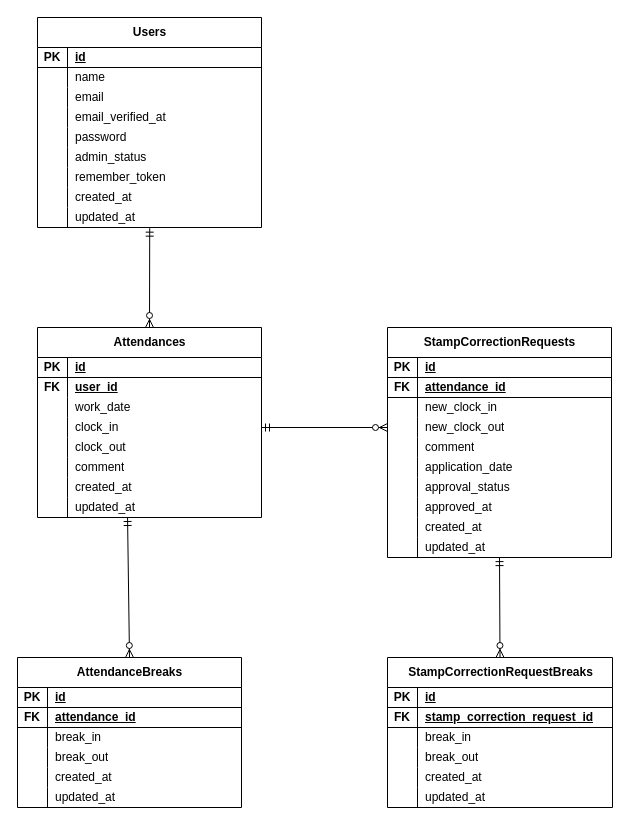
Before: er.drawio in kuboyuina0601/attendance-app, a draw.io diagram. Source tidied: cells renumbered, new cells numbered last; positions are measured from the earlier drawing's top-left corner, leaving out a move shared by most shapes. Both pictures are drawn from the tidied source at 100%, with x=0, y=0 at pixel (17, 17).
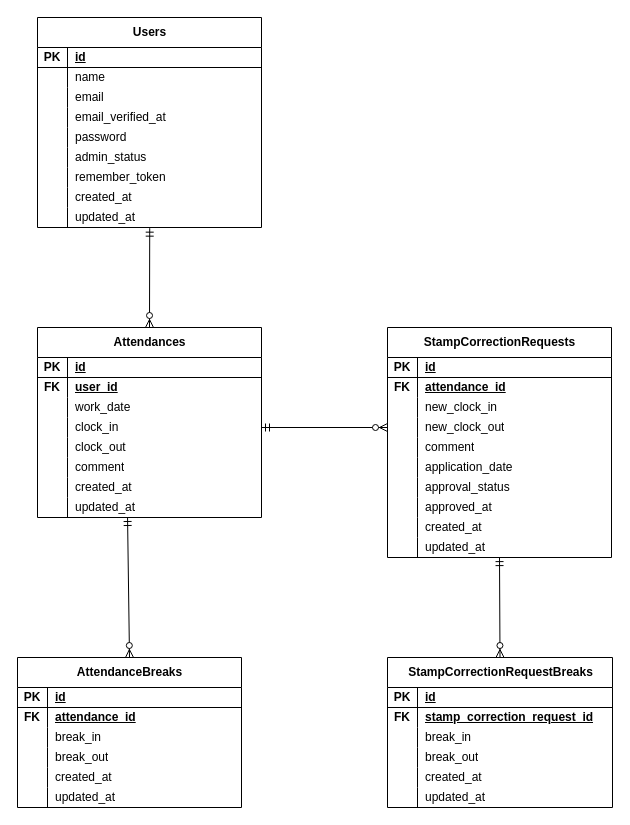
The same diagram, later.

The change refers to these unchanged cells:
```xml
<mxCell id="55" value="AttendanceBreaks" style="shape=table;startSize=30;childLayout=tableLayout;rowLines=0;fontStyle=1;align=center;html=1;strokeColor=default;verticalAlign=middle;fontFamily=Helvetica;fontSize=12;fontColor=default;fillColor=default;" parent="1" vertex="1">
  <mxGeometry y="640" width="224" height="150" as="geometry" />
</mxCell>
<mxCell id="74" value="StampCorrectionRequests" style="shape=table;startSize=30;childLayout=tableLayout;rowLines=0;fontStyle=1;align=center;html=1;" parent="1" vertex="1">
  <mxGeometry x="370" y="310" width="224" height="230" as="geometry" />
</mxCell>
<mxCell id="105" value="StampCorrectionRequestBreaks" style="shape=table;startSize=30;childLayout=tableLayout;rowLines=0;fontStyle=1;align=center;html=1;" parent="1" vertex="1">
  <mxGeometry x="370" y="640" width="225" height="150" as="geometry" />
</mxCell>
```

Change to the diagram source:
```diff
@@
-    <mxCell id="59" style="shape=tableRow;horizontal=0;startSize=0;swimlaneHead=0;swimlaneBody=0;fillColor=none;top=0;left=0;right=0;bottom=1;" parent="55" vertex="1">
-      <mxGeometry y="50" width="224" height="20" as="geometry" />
-    </mxCell>
-    <mxCell id="60" value="FK" style="shape=partialRectangle;fillColor=none;top=0;left=0;bottom=0;right=0;fontStyle=1;overflow=hidden;whiteSpace=wrap;html=1;" parent="59" vertex="1">
-      <mxGeometry width="30" height="20" as="geometry" />
-    </mxCell>
-    <mxCell id="61" value="attendance_id" style="shape=partialRectangle;fillColor=none;top=0;left=0;bottom=0;right=0;align=left;spacingLeft=6;fontStyle=5;overflow=hidden;whiteSpace=wrap;html=1;" parent="59" vertex="1">
-      <mxGeometry x="30" width="194" height="20" as="geometry" />
-    </mxCell>
+    <mxCell id="128" style="shape=tableRow;horizontal=0;startSize=0;swimlaneHead=0;swimlaneBody=0;fillColor=none;top=0;left=0;right=0;bottom=0;" parent="55" vertex="1">
+      <mxGeometry y="50" width="224" height="20" as="geometry" />
+    </mxCell>
+    <mxCell id="129" value="&lt;span style=&quot;color: rgb(0, 0, 0); font-weight: 700;&quot;&gt;FK&lt;/span&gt;" style="shape=partialRectangle;fillColor=none;top=0;left=0;bottom=0;right=0;overflow=hidden;whiteSpace=wrap;html=1;" parent="128" vertex="1">
+      <mxGeometry width="30" height="20" as="geometry" />
+    </mxCell>
+    <mxCell id="130" value="&lt;span style=&quot;color: rgb(0, 0, 0); font-weight: 700; text-decoration: underline;&quot;&gt;attendance_id&lt;/span&gt;" style="shape=partialRectangle;fillColor=none;top=0;left=0;bottom=0;right=0;align=left;spacingLeft=6;overflow=hidden;whiteSpace=wrap;html=1;" parent="128" vertex="1">
+      <mxGeometry x="30" width="194" height="20" as="geometry" />
+    </mxCell>
@@
-    <mxCell id="78" style="shape=tableRow;horizontal=0;startSize=0;swimlaneHead=0;swimlaneBody=0;fillColor=none;top=0;left=0;right=0;bottom=1;" parent="74" vertex="1">
-      <mxGeometry y="50" width="224" height="20" as="geometry" />
-    </mxCell>
-    <mxCell id="79" value="FK" style="shape=partialRectangle;fillColor=none;top=0;left=0;bottom=0;right=0;fontStyle=1;overflow=hidden;whiteSpace=wrap;html=1;" parent="78" vertex="1">
-      <mxGeometry width="30" height="20" as="geometry" />
-    </mxCell>
-    <mxCell id="80" value="attendance_id" style="shape=partialRectangle;fillColor=none;top=0;left=0;bottom=0;right=0;align=left;spacingLeft=6;fontStyle=5;overflow=hidden;whiteSpace=wrap;html=1;" parent="78" vertex="1">
-      <mxGeometry x="30" width="194" height="20" as="geometry" />
-    </mxCell>
+    <mxCell id="131" style="shape=tableRow;horizontal=0;startSize=0;swimlaneHead=0;swimlaneBody=0;fillColor=none;top=0;left=0;right=0;bottom=0;" parent="74" vertex="1">
+      <mxGeometry y="50" width="224" height="20" as="geometry" />
+    </mxCell>
+    <mxCell id="132" value="&lt;span style=&quot;color: rgb(0, 0, 0); font-weight: 700;&quot;&gt;FK&lt;/span&gt;" style="shape=partialRectangle;fillColor=none;top=0;left=0;bottom=0;right=0;overflow=hidden;whiteSpace=wrap;html=1;" parent="131" vertex="1">
+      <mxGeometry width="30" height="20" as="geometry" />
+    </mxCell>
+    <mxCell id="133" value="&lt;span style=&quot;color: rgb(0, 0, 0); font-weight: 700; text-decoration: underline;&quot;&gt;attendance_id&lt;/span&gt;" style="shape=partialRectangle;fillColor=none;top=0;left=0;bottom=0;right=0;align=left;spacingLeft=6;overflow=hidden;whiteSpace=wrap;html=1;" parent="131" vertex="1">
+      <mxGeometry x="30" width="194" height="20" as="geometry" />
+    </mxCell>
@@
-    <mxCell id="109" style="shape=tableRow;horizontal=0;startSize=0;swimlaneHead=0;swimlaneBody=0;fillColor=none;top=0;left=0;right=0;bottom=1;" parent="105" vertex="1">
-      <mxGeometry y="50" width="225" height="20" as="geometry" />
-    </mxCell>
-    <mxCell id="110" value="FK" style="shape=partialRectangle;fillColor=none;top=0;left=0;bottom=0;right=0;fontStyle=1;overflow=hidden;whiteSpace=wrap;html=1;" parent="109" vertex="1">
-      <mxGeometry width="30" height="20" as="geometry" />
-    </mxCell>
+    <mxCell id="134" style="shape=tableRow;horizontal=0;startSize=0;swimlaneHead=0;swimlaneBody=0;fillColor=none;top=0;left=0;right=0;bottom=0;" parent="105" vertex="1">
+      <mxGeometry y="50" width="225" height="20" as="geometry" />
+    </mxCell>
+    <mxCell id="135" value="&lt;span style=&quot;color: rgb(0, 0, 0); font-weight: 700;&quot;&gt;FK&lt;/span&gt;" style="shape=partialRectangle;fillColor=none;top=0;left=0;bottom=0;right=0;overflow=hidden;whiteSpace=wrap;html=1;" parent="134" vertex="1">
+      <mxGeometry width="30" height="20" as="geometry" />
+    </mxCell>
-    <mxCell id="111" value="&lt;span style=&quot;color: rgb(0, 0, 0);&quot;&gt;stamp_correction_request_id&lt;/span&gt;" style="shape=partialRectangle;fillColor=none;top=0;left=0;bottom=0;right=0;align=left;spacingLeft=6;fontStyle=5;overflow=hidden;whiteSpace=wrap;html=1;" parent="109" vertex="1">
+    <mxCell id="111" value="&lt;span style=&quot;color: rgb(0, 0, 0); font-weight: 700; text-decoration: underline;&quot;&gt;stamp_correction_request_id&lt;/span&gt;" style="shape=partialRectangle;fillColor=none;top=0;left=0;bottom=0;right=0;align=left;spacingLeft=6;overflow=hidden;whiteSpace=wrap;html=1;" parent="134" vertex="1">
       <mxGeometry x="30" width="195" height="20" as="geometry" />
     </mxCell>
```
